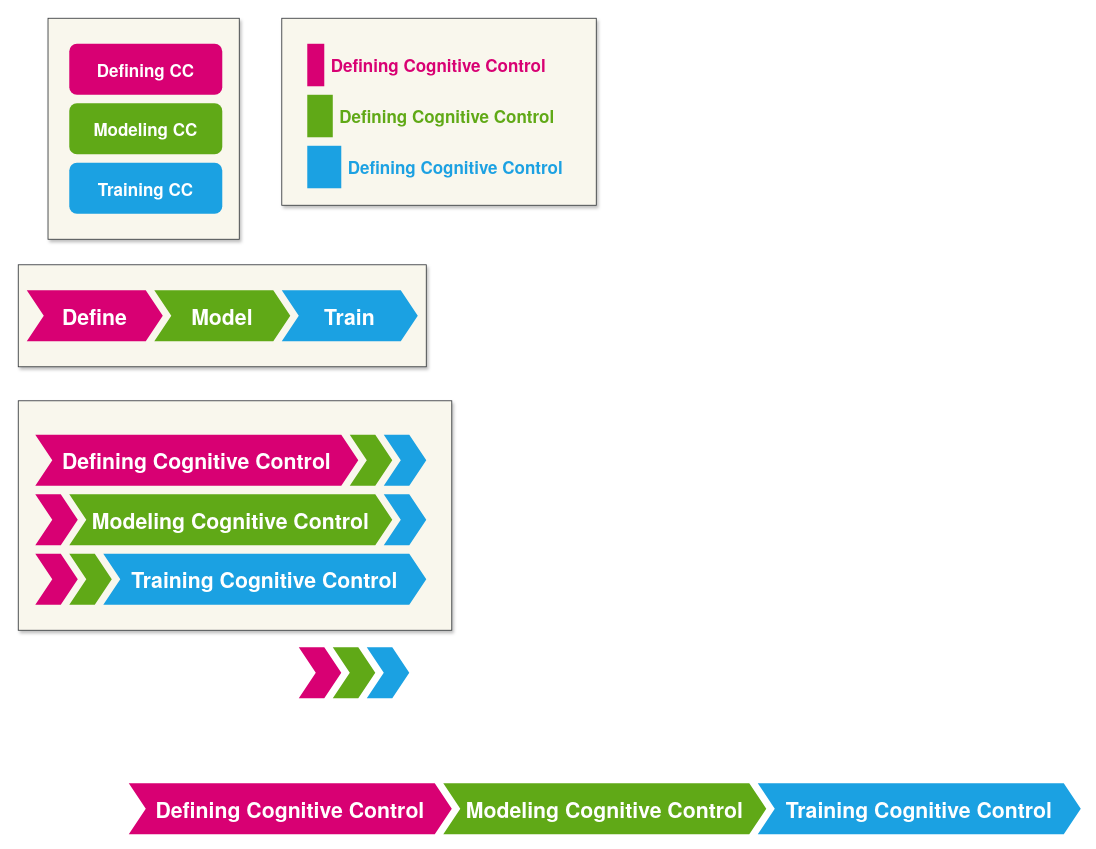
Earlier version of the draw.io diagram page "Footer" (3 of 11) of resources/defense_figures.drawio (morteza/thesis). Source tidied: cells renumbered, new cells numbered last; positions are measured from the earlier drawing's top-left corner, leaving out a move shared by most shapes. Both pictures are drawn from the tidied source at 85%, with x=0, y=0 at pixel (18, 18).
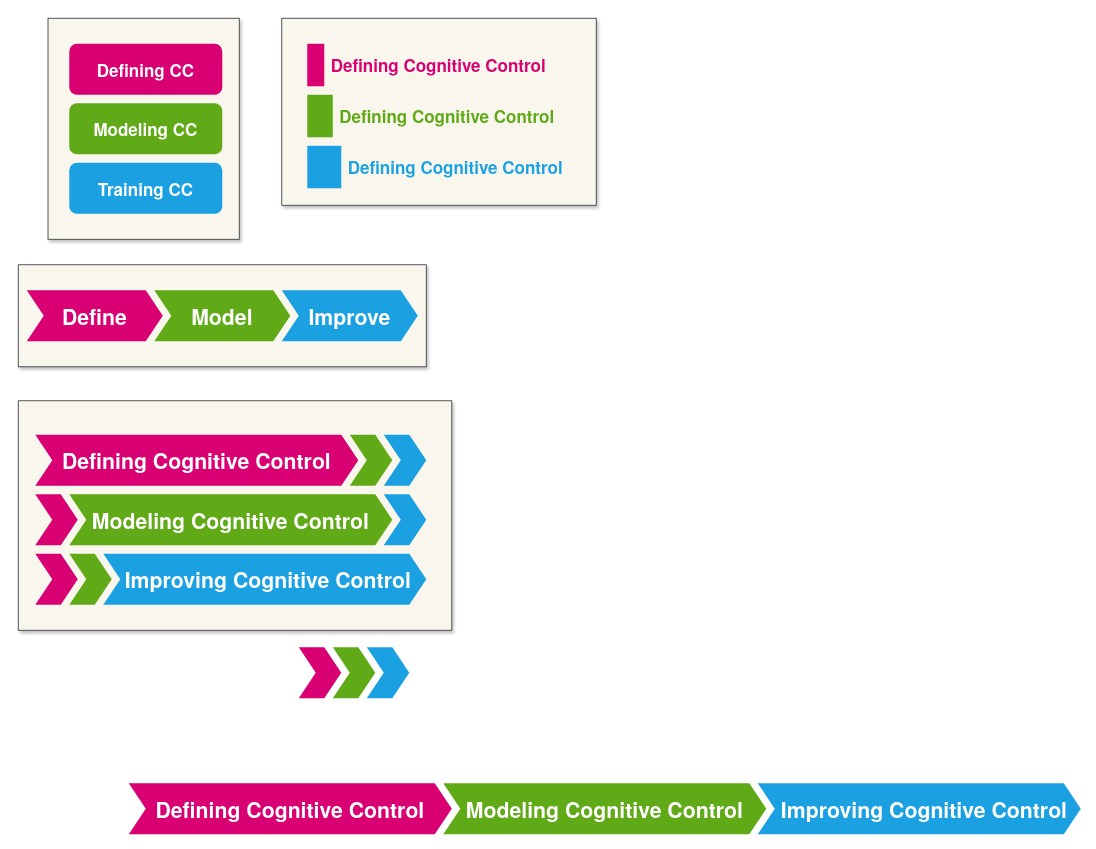
The same diagram, later.

Diff of the diagram source:
```diff
@@
-    <mxCell id="17" value="Train" style="shape=step;perimeter=stepPerimeter;whiteSpace=wrap;html=1;fixedSize=1;fontFamily=Helvetica Neue;fontSize=25;fontColor=#ffffff;fillColor=#1ba1e2;strokeColor=none;fontStyle=1;" parent="1" vertex="1">
+    <mxCell id="17" value="Improve" style="shape=step;perimeter=stepPerimeter;whiteSpace=wrap;html=1;fixedSize=1;fontFamily=Helvetica Neue;fontSize=25;fontColor=#ffffff;fillColor=#1ba1e2;strokeColor=none;fontStyle=1;" parent="1" vertex="1">
       <mxGeometry x="310" y="320" width="160" height="60" as="geometry" />
     </mxCell>
@@
-    <mxCell id="26" value="Training Cognitive Control" style="shape=step;perimeter=stepPerimeter;whiteSpace=wrap;html=1;fixedSize=1;fontFamily=Helvetica Neue;fontSize=25;fontColor=#ffffff;fillColor=#1ba1e2;strokeColor=none;fontStyle=1;" parent="1" vertex="1">
+    <mxCell id="26" value="Improving Cognitive Control" style="shape=step;perimeter=stepPerimeter;whiteSpace=wrap;html=1;fixedSize=1;fontFamily=Helvetica Neue;fontSize=25;fontColor=#ffffff;fillColor=#1ba1e2;strokeColor=none;fontStyle=1;spacingLeft=8;" parent="1" vertex="1">
       <mxGeometry x="100" y="630" width="380" height="60" as="geometry" />
     </mxCell>
@@
-    <mxCell id="32" value="Training Cognitive Control" style="shape=step;perimeter=stepPerimeter;whiteSpace=wrap;html=1;fixedSize=1;fontFamily=Helvetica Neue;fontSize=25;fontColor=#ffffff;fillColor=#1ba1e2;strokeColor=none;fontStyle=1;" parent="1" vertex="1">
+    <mxCell id="32" value="Improving Cognitive Control" style="shape=step;perimeter=stepPerimeter;whiteSpace=wrap;html=1;fixedSize=1;fontFamily=Helvetica Neue;fontSize=25;fontColor=#ffffff;fillColor=#1ba1e2;strokeColor=none;fontStyle=1;spacingLeft=12;" parent="1" vertex="1">
       <mxGeometry x="870" y="900" width="380" height="60" as="geometry" />
     </mxCell>
```
